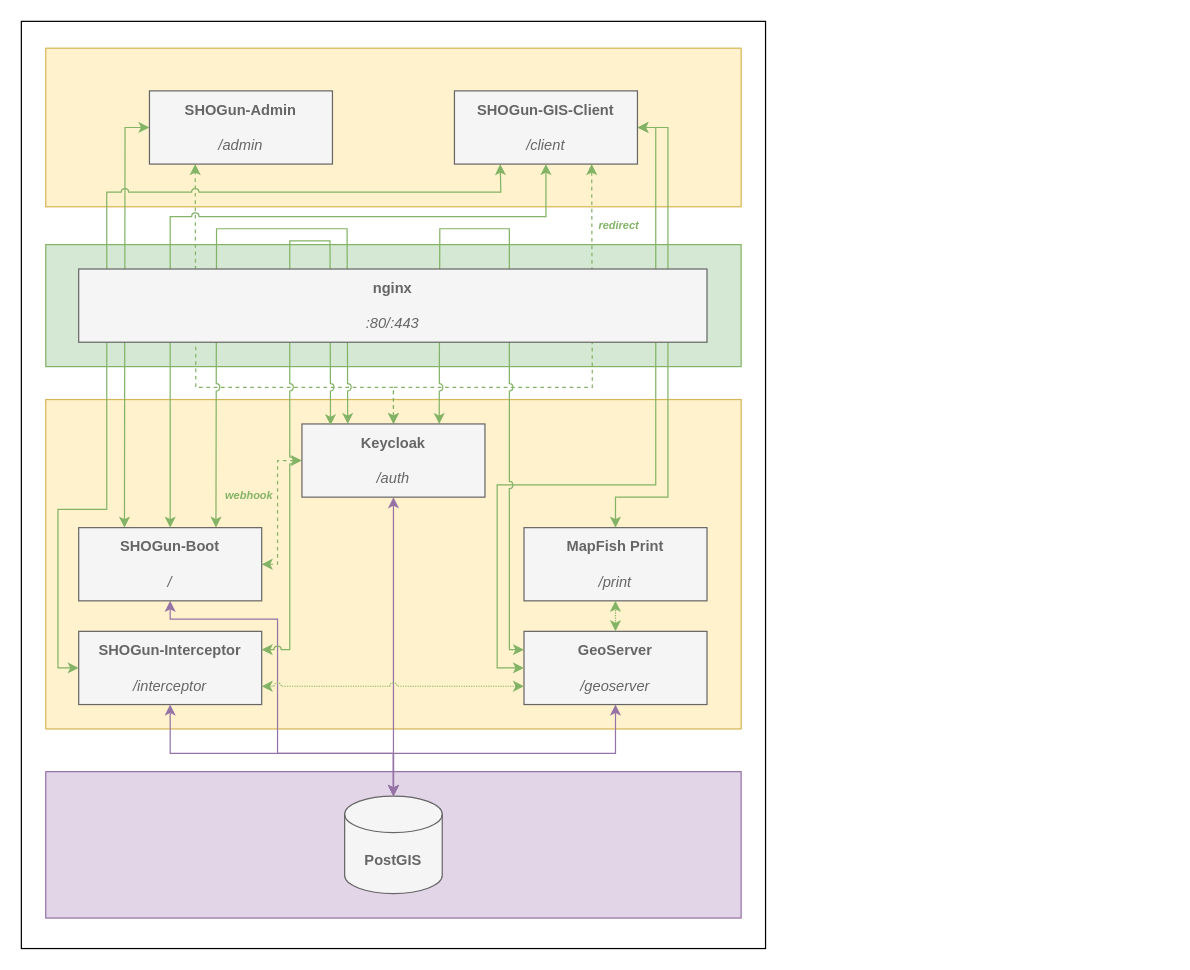
The draw.io diagram docs/components.drawio in terrestris/shogun-docker, before the edit. Source tidied: cells renumbered, new cells numbered last; positions are measured from the earlier drawing's top-left corner, leaving out a move shared by most shapes. Both pictures are drawn from the tidied source at 122%, with x=0, y=0 at pixel (21, 21).
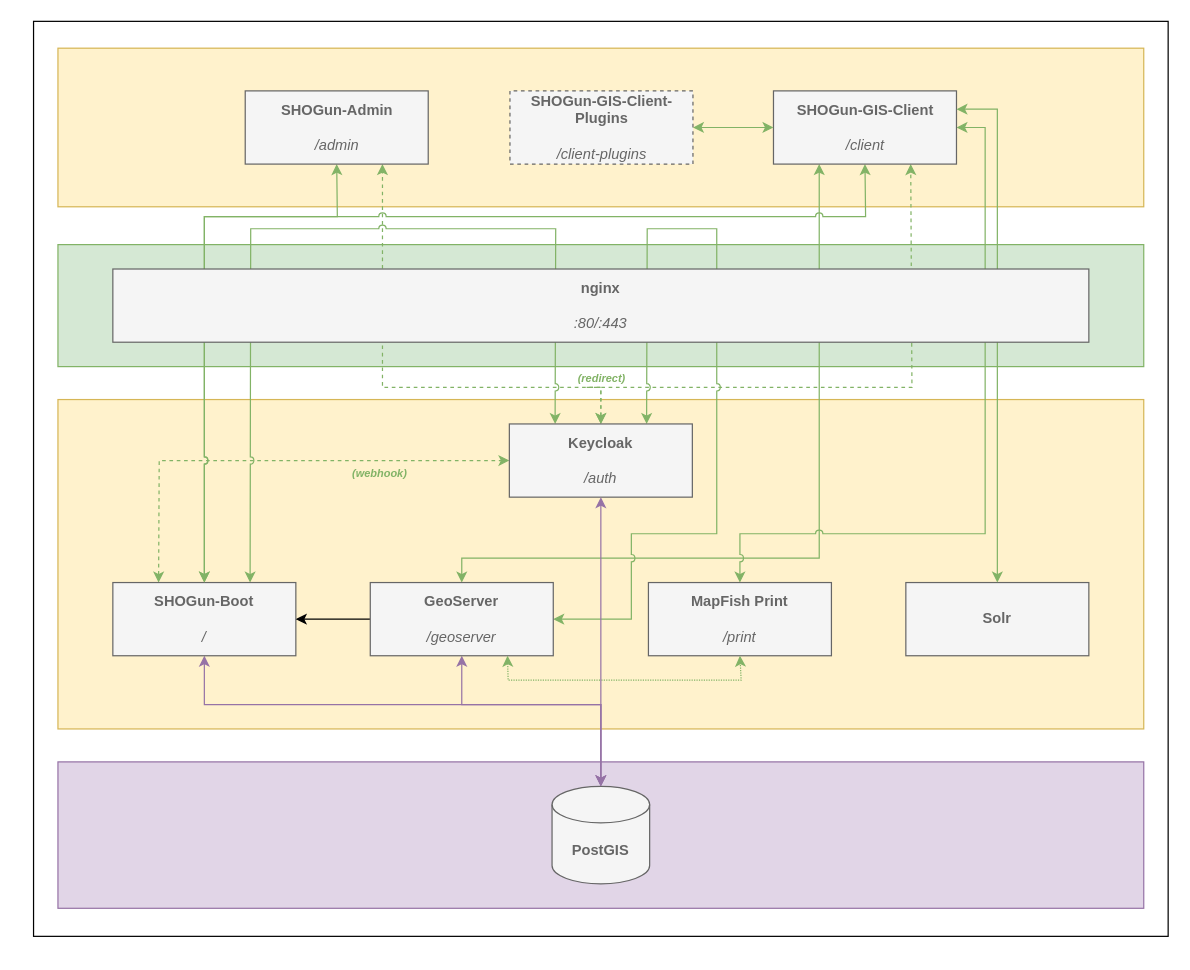
The same page after the edit.

Commit message (it also covers changes not shown here):
docs: update the architecture to include the example plugin and solr

Change to the diagram source:
```diff
@@
     <mxCell id="2" style="rounded=0;whiteSpace=wrap;html=1;" parent="1" vertex="1">
-      <mxGeometry width="610" height="760" as="geometry" />
+      <mxGeometry x="10" width="930" height="750" as="geometry" />
     </mxCell>
     <mxCell id="3" style="rounded=0;whiteSpace=wrap;html=1;fillColor=#e1d5e7;strokeColor=#9673a6;" parent="1" vertex="1">
-      <mxGeometry x="20" y="615" width="570" height="120" as="geometry" />
+      <mxGeometry x="30" y="607" width="890" height="120" as="geometry" />
     </mxCell>
     <mxCell id="4" value="&lt;font color=&quot;#666666&quot;&gt;&lt;b&gt;PostGIS&lt;/b&gt;&lt;/font&gt;" style="shape=cylinder3;whiteSpace=wrap;html=1;boundedLbl=1;backgroundOutline=1;size=15;fillColor=#f5f5f5;strokeColor=#666666;fontColor=#333333;" parent="1" vertex="1">
-      <mxGeometry x="265" y="635" width="80" height="80" as="geometry" />
+      <mxGeometry x="435" y="627" width="80" height="80" as="geometry" />
     </mxCell>
     <mxCell id="5" style="rounded=0;whiteSpace=wrap;html=1;fillColor=#d5e8d4;strokeColor=#82b366;" parent="1" vertex="1">
-      <mxGeometry x="20" y="183" width="570" height="100" as="geometry" />
+      <mxGeometry x="30" y="183" width="890" height="100" as="geometry" />
     </mxCell>
     <mxCell id="6" style="rounded=0;whiteSpace=wrap;html=1;fillColor=#fff2cc;strokeColor=#d6b656;" parent="1" vertex="1">
-      <mxGeometry x="20" y="310" width="570" height="270" as="geometry" />
+      <mxGeometry x="30" y="310" width="890" height="270" as="geometry" />
     </mxCell>
-    <mxCell id="7" value="&lt;font color=&quot;#666666&quot;&gt;&lt;b&gt;GeoServer&lt;br&gt;&lt;/b&gt;&lt;br&gt;&lt;i&gt;/geoserver&lt;/i&gt;&lt;/font&gt;" style="rounded=0;whiteSpace=wrap;html=1;fillColor=#f5f5f5;fontColor=#333333;strokeColor=#666666;flipH=1;" parent="1" vertex="1">
-      <mxGeometry x="412" y="500" width="150" height="60" as="geometry" />
-    </mxCell>
-    <mxCell id="8" value="&lt;font color=&quot;#666666&quot;&gt;&lt;b&gt;SHOGun-Interceptor&lt;br&gt;&lt;/b&gt;&lt;br&gt;&lt;i&gt;/interceptor&lt;/i&gt;&lt;br&gt;&lt;/font&gt;" style="rounded=0;whiteSpace=wrap;html=1;fillColor=#f5f5f5;fontColor=#333333;strokeColor=#666666;flipH=1;" parent="1" vertex="1">
-      <mxGeometry x="47" y="500" width="150" height="60" as="geometry" />
-    </mxCell>
-    <mxCell id="9" style="endArrow=classic;startArrow=classic;html=1;rounded=0;fontColor=#666666;entryX=0.5;entryY=0;entryDx=0;entryDy=0;entryPerimeter=0;exitX=0.5;exitY=1;exitDx=0;exitDy=0;fillColor=#e1d5e7;strokeColor=#9673a6;" parent="1" edge="1" source="26" target="4">
-      <mxGeometry relative="1" as="geometry">
-        <Array as="points">
-          <mxPoint x="305" y="490" />
-          <mxPoint x="305" y="600" />
-        </Array>
-      </mxGeometry>
-    </mxCell>
     <mxCell id="10" style="endArrow=classic;startArrow=classic;html=1;rounded=0;fontColor=#666666;entryX=0.5;entryY=0;entryDx=0;entryDy=0;entryPerimeter=0;exitX=0.5;exitY=1;exitDx=0;exitDy=0;fillColor=#e1d5e7;strokeColor=#9673a6;" parent="1" edge="1" source="29" target="4">
       <mxGeometry relative="1" as="geometry">
         <Array as="points">
-          <mxPoint x="122" y="490" />
-          <mxPoint x="210" y="490" />
-          <mxPoint x="210" y="600" />
-          <mxPoint x="305" y="600" />
+          <mxPoint x="150" y="560" />
+          <mxPoint x="370" y="560" />
+          <mxPoint x="475" y="560" />
         </Array>
       </mxGeometry>
     </mxCell>
-    <mxCell id="11" style="endArrow=classic;startArrow=classic;html=1;rounded=0;fontColor=#666666;entryX=0.5;entryY=0;entryDx=0;entryDy=0;entryPerimeter=0;exitX=0.5;exitY=1;exitDx=0;exitDy=0;fillColor=#e1d5e7;strokeColor=#9673a6;" parent="1" edge="1" source="8" target="4">
-      <mxGeometry relative="1" as="geometry">
-        <Array as="points">
-          <mxPoint x="122" y="600" />
-          <mxPoint x="305" y="600" />
-        </Array>
-      </mxGeometry>
-    </mxCell>
     <mxCell id="12" style="endArrow=classic;startArrow=classic;html=1;rounded=0;fontColor=#666666;entryX=0.5;entryY=0;entryDx=0;entryDy=0;entryPerimeter=0;exitX=0.5;exitY=1;exitDx=0;exitDy=0;fillColor=#e1d5e7;strokeColor=#9673a6;" parent="1" edge="1" source="7" target="4">
       <mxGeometry relative="1" as="geometry">
         <Array as="points">
-          <mxPoint x="487" y="600" />
-          <mxPoint x="305" y="600" />
+          <mxPoint x="361" y="560" />
+          <mxPoint x="475" y="560" />
         </Array>
       </mxGeometry>
     </mxCell>
     <mxCell id="13" style="rounded=0;whiteSpace=wrap;html=1;fillColor=#fff2cc;strokeColor=#d6b656;" parent="1" vertex="1">
-      <mxGeometry x="20" y="22" width="570" height="130" as="geometry" />
+      <mxGeometry x="30" y="22" width="890" height="130" as="geometry" />
     </mxCell>
-    <mxCell id="14" style="endArrow=classic;startArrow=classic;html=1;rounded=0;fontColor=#666666;entryX=0;entryY=0.5;entryDx=0;entryDy=0;exitX=0.25;exitY=0;exitDx=0;exitDy=0;fillColor=#d5e8d4;strokeColor=#82b366;" parent="1" edge="1" source="29" target="31">
-      <mxGeometry relative="1" as="geometry">
-        <Array as="points">
-          <mxPoint x="85" y="87" />
-        </Array>
-      </mxGeometry>
-    </mxCell>
-    <mxCell id="15" style="endArrow=classic;startArrow=classic;html=1;rounded=0;fontColor=#666666;entryX=1;entryY=0.5;entryDx=0;entryDy=0;exitX=0;exitY=0.5;exitDx=0;exitDy=0;fillColor=#d5e8d4;strokeColor=#82b366;jumpStyle=arc;" parent="1" edge="1" source="7" target="32">
+    <mxCell id="15" style="endArrow=classic;startArrow=classic;html=1;rounded=0;fontColor=#666666;entryX=0.25;entryY=1;entryDx=0;entryDy=0;exitX=0.5;exitY=0;exitDx=0;exitDy=0;fillColor=#d5e8d4;strokeColor=#82b366;jumpStyle=arc;" parent="1" edge="1" source="7" target="32">
       <mxGeometry relative="1" as="geometry">
         <Array as="points">
-          <mxPoint x="390" y="530" />
-          <mxPoint x="390" y="380" />
-          <mxPoint x="520" y="380" />
-          <mxPoint x="520" y="250" />
-          <mxPoint x="520" y="210" />
-          <mxPoint x="520" y="87" />
+          <mxPoint x="361" y="440" />
+          <mxPoint x="510" y="440" />
+          <mxPoint x="654" y="440" />
+          <mxPoint x="654" y="360" />
         </Array>
       </mxGeometry>
     </mxCell>
+    <mxCell id="19" style="endArrow=classic;startArrow=classic;html=1;rounded=0;exitX=0.25;exitY=0;exitDx=0;exitDy=0;entryX=0;entryY=0.5;entryDx=0;entryDy=0;fillColor=#d5e8d4;strokeColor=#82b366;dashed=1;jumpStyle=none;" parent="1" edge="1" source="29" target="26">
+      <mxGeometry relative="1" as="geometry">
+        <Array as="points">
+          <mxPoint x="113" y="360" />
+          <mxPoint x="210" y="360" />
+        </Array>
+      </mxGeometry>
+    </mxCell>
     <mxCell id="16" style="endArrow=classic;startArrow=classic;html=1;rounded=0;fontColor=#666666;entryX=0.75;entryY=1;entryDx=0;entryDy=0;exitX=0.5;exitY=0;exitDx=0;exitDy=0;fillColor=#d5e8d4;strokeColor=#82b366;dashed=1;" parent="1" edge="1" source="26" target="32">
       <mxGeometry relative="1" as="geometry">
         <Array as="points">
-          <mxPoint x="305" y="300" />
-          <mxPoint x="468" y="300" />
+          <mxPoint x="475" y="300" />
+          <mxPoint x="463" y="300" />
+          <mxPoint x="730" y="300" />
         </Array>
       </mxGeometry>
     </mxCell>
-    <mxCell id="17" style="endArrow=classic;startArrow=classic;html=1;rounded=0;dashed=1;fontColor=#666666;entryX=0.25;entryY=1;entryDx=0;entryDy=0;exitX=0.5;exitY=0;exitDx=0;exitDy=0;fillColor=#d5e8d4;strokeColor=#82b366;" parent="1" edge="1" source="26" target="31">
+    <mxCell id="17" style="endArrow=classic;startArrow=classic;html=1;rounded=0;dashed=1;fontColor=#666666;entryX=0.75;entryY=1;entryDx=0;entryDy=0;exitX=0.5;exitY=0;exitDx=0;exitDy=0;fillColor=#d5e8d4;strokeColor=#82b366;" parent="1" edge="1" source="26" target="31">
       <mxGeometry relative="1" as="geometry">
         <Array as="points">
-          <mxPoint x="305" y="300" />
-          <mxPoint x="143" y="300" />
+          <mxPoint x="475" y="300" />
+          <mxPoint x="296" y="300" />
+          <mxPoint x="296" y="150" />
         </Array>
       </mxGeometry>
     </mxCell>
-    <mxCell id="18" value="&lt;font color=&quot;#666666&quot;&gt;&lt;b&gt;MapFish Print&lt;/b&gt;&lt;br&gt;&lt;br&gt;&lt;i&gt;/print&lt;/i&gt;&lt;/font&gt;" style="rounded=0;whiteSpace=wrap;html=1;fillColor=#f5f5f5;fontColor=#333333;strokeColor=#666666;flipH=1;" parent="1" vertex="1">
-      <mxGeometry x="412" y="415" width="150" height="60" as="geometry" />
-    </mxCell>
-    <mxCell id="19" style="endArrow=classic;startArrow=classic;html=1;rounded=0;exitX=1;exitY=0.5;exitDx=0;exitDy=0;entryX=0;entryY=0.5;entryDx=0;entryDy=0;fillColor=#d5e8d4;strokeColor=#82b366;dashed=1;jumpStyle=arc;" parent="1" edge="1" source="29" target="26">
-      <mxGeometry relative="1" as="geometry">
-        <Array as="points">
-          <mxPoint x="210" y="445" />
-          <mxPoint x="210" y="360" />
-        </Array>
-      </mxGeometry>
-    </mxCell>
-    <mxCell id="20" style="endArrow=classic;startArrow=classic;html=1;rounded=0;exitX=0.5;exitY=0;exitDx=0;exitDy=0;entryX=0.5;entryY=1;entryDx=0;entryDy=0;fillColor=#d5e8d4;strokeColor=#82b366;dashed=1;dashPattern=1 1;" parent="1" edge="1" source="7" target="18">
-      <mxGeometry relative="1" as="geometry" />
-    </mxCell>
     <mxCell id="21" style="endArrow=classic;startArrow=classic;html=1;rounded=0;fontColor=#666666;exitX=0.5;exitY=0;exitDx=0;exitDy=0;fillColor=#d5e8d4;strokeColor=#82b366;entryX=1;entryY=0.5;entryDx=0;entryDy=0;jumpStyle=arc;" parent="1" edge="1" source="18" target="32">
       <mxGeometry relative="1" as="geometry">
         <Array as="points">
-          <mxPoint x="487" y="390" />
-          <mxPoint x="530" y="390" />
-          <mxPoint x="530" y="87" />
+          <mxPoint x="589" y="420" />
+          <mxPoint x="790" y="420" />
+          <mxPoint x="790" y="170" />
+          <mxPoint x="790" y="87" />
         </Array>
       </mxGeometry>
     </mxCell>
-    <mxCell id="22" value="&lt;i&gt;&lt;font size=&quot;1&quot; color=&quot;#82b366&quot;&gt;&lt;b style=&quot;font-size: 9px&quot;&gt;redirect&lt;/b&gt;&lt;/font&gt;&lt;/i&gt;" style="text;html=1;strokeColor=none;fillColor=none;align=center;verticalAlign=middle;whiteSpace=wrap;rounded=0;" parent="1" vertex="1">
-      <mxGeometry x="460" y="152" width="60" height="30" as="geometry" />
-    </mxCell>
     <mxCell id="23" style="endArrow=classic;startArrow=classic;html=1;rounded=0;fontColor=#666666;exitX=0.75;exitY=0;exitDx=0;exitDy=0;fillColor=#d5e8d4;strokeColor=#82b366;entryX=0.25;entryY=0;entryDx=0;entryDy=0;jumpStyle=arc;" parent="1" edge="1" source="29" target="26">
       <mxGeometry relative="1" as="geometry">
         <Array as="points">
-          <mxPoint x="160" y="170" />
-          <mxPoint x="267" y="170" />
+          <mxPoint x="188" y="170" />
+          <mxPoint x="438" y="170" />
         </Array>
       </mxGeometry>
     </mxCell>
-    <mxCell id="24" style="endArrow=classic;startArrow=classic;html=1;rounded=0;fontSize=8;fontColor=#82B366;entryX=0;entryY=0.25;entryDx=0;entryDy=0;exitX=0.75;exitY=0;exitDx=0;exitDy=0;fillColor=#d5e8d4;strokeColor=#82b366;jumpStyle=arc;" parent="1" edge="1" source="26" target="7">
+    <mxCell id="24" style="endArrow=classic;startArrow=classic;html=1;rounded=0;fontSize=8;fontColor=#82B366;entryX=1;entryY=0.5;entryDx=0;entryDy=0;exitX=0.75;exitY=0;exitDx=0;exitDy=0;fillColor=#d5e8d4;strokeColor=#82b366;jumpStyle=arc;" parent="1" edge="1" source="26" target="7">
       <mxGeometry relative="1" as="geometry">
         <Array as="points">
-          <mxPoint x="343" y="170" />
-          <mxPoint x="400" y="170" />
-          <mxPoint x="400" y="515" />
+          <mxPoint x="513" y="170" />
+          <mxPoint x="570" y="170" />
+          <mxPoint x="570" y="420" />
+          <mxPoint x="500" y="420" />
+          <mxPoint x="500" y="490" />
         </Array>
       </mxGeometry>
     </mxCell>
-    <mxCell id="25" style="endArrow=classic;startArrow=classic;html=1;rounded=0;fontSize=8;fontColor=#82B366;entryX=0;entryY=0.5;entryDx=0;entryDy=0;exitX=0.25;exitY=1;exitDx=0;exitDy=0;fillColor=#d5e8d4;strokeColor=#82b366;jumpStyle=arc;" parent="1" edge="1" source="32" target="8">
-      <mxGeometry relative="1" as="geometry">
-        <Array as="points">
-          <mxPoint x="393" y="140" />
-          <mxPoint x="70" y="140" />
-          <mxPoint x="70" y="400" />
-          <mxPoint x="30" y="400" />
-          <mxPoint x="30" y="530" />
-        </Array>
-      </mxGeometry>
-    </mxCell>
     <mxCell id="26" value="&lt;font color=&quot;#666666&quot;&gt;&lt;b&gt;Keycloak&lt;/b&gt;&lt;br&gt;&lt;br&gt;&lt;i&gt;/auth&lt;/i&gt;&lt;/font&gt;" style="rounded=0;whiteSpace=wrap;html=1;fillColor=#f5f5f5;fontColor=#333333;strokeColor=#666666;flipH=1;" parent="1" vertex="1">
-      <mxGeometry x="230" y="330" width="150" height="60" as="geometry" />
+      <mxGeometry x="400" y="330" width="150" height="60" as="geometry" />
     </mxCell>
-    <mxCell id="27" value="&lt;i&gt;&lt;font color=&quot;#82b366&quot; style=&quot;font-size: 9px ; line-height: 1.2&quot;&gt;&lt;b&gt;webhook&lt;br&gt;&lt;/b&gt;&lt;/font&gt;&lt;/i&gt;" style="text;html=1;strokeColor=none;fillColor=none;align=center;verticalAlign=middle;whiteSpace=wrap;rounded=0;" parent="1" vertex="1">
-      <mxGeometry x="157" y="373" width="60" height="30" as="geometry" />
+    <mxCell id="27" value="&lt;i&gt;&lt;font color=&quot;#82b366&quot; style=&quot;font-size: 9px ; line-height: 1.2&quot;&gt;&lt;b&gt;(webhook)&lt;/b&gt;&lt;/font&gt;&lt;/i&gt;" style="text;html=1;strokeColor=none;fillColor=none;align=center;verticalAlign=middle;whiteSpace=wrap;rounded=0;" parent="1" vertex="1">
+      <mxGeometry x="242" y="360" width="104" height="20" as="geometry" />
     </mxCell>
-    <mxCell id="28" style="endArrow=classic;startArrow=classic;html=1;rounded=0;fontColor=#666666;exitX=1;exitY=0.25;exitDx=0;exitDy=0;fillColor=#d5e8d4;strokeColor=#82b366;entryX=0.844;entryY=0.017;entryDx=0;entryDy=0;jumpStyle=arc;entryPerimeter=0;" parent="1" edge="1" source="8" target="26">
-      <mxGeometry relative="1" as="geometry">
-        <Array as="points">
-          <mxPoint x="220" y="515" />
-          <mxPoint x="220" y="180" />
-          <mxPoint x="253" y="180" />
-        </Array>
-      </mxGeometry>
-    </mxCell>
-    <mxCell id="29" value="&lt;font color=&quot;#666666&quot;&gt;&lt;b&gt;SHOGun-Boot&lt;/b&gt;&lt;br&gt;&lt;br&gt;&lt;i&gt;/&lt;/i&gt;&lt;/font&gt;" style="rounded=0;whiteSpace=wrap;html=1;fillColor=#f5f5f5;fontColor=#333333;strokeColor=#666666;flipH=1;" parent="1" vertex="1">
-      <mxGeometry x="47" y="415" width="150" height="60" as="geometry" />
+    <mxCell id="29" value="&lt;font color=&quot;#666666&quot;&gt;&lt;b&gt;SHOGun-Boot&lt;/b&gt;&lt;br&gt;&lt;br&gt;&lt;i&gt;/&lt;/i&gt;&lt;/font&gt;" style="rounded=0;whiteSpace=wrap;html=1;fillColor=#f5f5f5;fontColor=#333333;strokeColor=#666666;flipH=0;" parent="1" vertex="1">
+      <mxGeometry x="75" y="460" width="150" height="60" as="geometry" />
     </mxCell>
-    <mxCell id="30" style="group;" parent="1" vertex="1">
-      <mxGeometry x="105" y="57" width="400" height="60" as="geometry" />
-    </mxCell>
+    <mxCell id="36" style="edgeStyle=none;html=1;" parent="1" edge="1" source="7" target="29">
+      <mxGeometry relative="1" as="geometry" />
+    </mxCell>
+    <mxCell id="7" value="&lt;font color=&quot;#666666&quot;&gt;&lt;b&gt;GeoServer&lt;br&gt;&lt;/b&gt;&lt;br&gt;&lt;i&gt;/geoserver&lt;/i&gt;&lt;/font&gt;" style="rounded=0;whiteSpace=wrap;html=1;fillColor=#f5f5f5;fontColor=#333333;strokeColor=#666666;flipH=0;" parent="1" vertex="1">
+      <mxGeometry x="286" y="460" width="150" height="60" as="geometry" />
+    </mxCell>
+    <mxCell id="18" value="&lt;font color=&quot;#666666&quot;&gt;&lt;b&gt;MapFish Print&lt;/b&gt;&lt;br&gt;&lt;br&gt;&lt;i&gt;/print&lt;/i&gt;&lt;/font&gt;" style="rounded=0;whiteSpace=wrap;html=1;fillColor=#f5f5f5;fontColor=#333333;strokeColor=#666666;flipH=0;" parent="1" vertex="1">
+      <mxGeometry x="514" y="460" width="150" height="60" as="geometry" />
+    </mxCell>
+    <mxCell id="20" style="endArrow=classic;startArrow=classic;html=1;rounded=0;exitX=0.75;exitY=1;exitDx=0;exitDy=0;entryX=0.5;entryY=1;entryDx=0;entryDy=0;fillColor=#d5e8d4;strokeColor=#82b366;jumpStyle=arc;dashed=1;dashPattern=1 1;" parent="1" edge="1" source="7" target="18">
+      <mxGeometry relative="1" as="geometry">
+        <Array as="points">
+          <mxPoint x="399" y="540" />
+          <mxPoint x="590" y="540" />
+        </Array>
+      </mxGeometry>
+    </mxCell>
+    <mxCell id="37" value="&lt;i&gt;&lt;font size=&quot;1&quot; color=&quot;#82b366&quot;&gt;&lt;b style=&quot;font-size: 9px&quot;&gt;(redirect)&lt;/b&gt;&lt;/font&gt;&lt;/i&gt;" style="text;html=1;strokeColor=none;fillColor=none;align=center;verticalAlign=middle;whiteSpace=wrap;rounded=0;" parent="1" vertex="1">
+      <mxGeometry x="451" y="286" width="50" height="12" as="geometry" />
+    </mxCell>
+    <mxCell id="34" style="endArrow=classic;startArrow=classic;html=1;rounded=0;fontColor=#666666;exitX=0.5;exitY=0;exitDx=0;exitDy=0;fillColor=#d5e8d4;strokeColor=#82b366;jumpStyle=arc;entryX=0.5;entryY=1;entryDx=0;entryDy=0;" parent="1" edge="1" source="29" target="32">
+      <mxGeometry relative="1" as="geometry">
+        <Array as="points">
+          <mxPoint x="150" y="160" />
+          <mxPoint x="425" y="160" />
+          <mxPoint x="692" y="160" />
+        </Array>
+      </mxGeometry>
+    </mxCell>
+    <mxCell id="14" style="endArrow=classic;startArrow=classic;html=1;rounded=0;fontColor=#666666;entryX=0.5;entryY=1;entryDx=0;entryDy=0;exitX=0.5;exitY=0;exitDx=0;exitDy=0;fillColor=#d5e8d4;strokeColor=#82b366;jumpStyle=arc;" parent="1" edge="1" source="29" target="31">
+      <mxGeometry relative="1" as="geometry">
+        <Array as="points">
+          <mxPoint x="150" y="160" />
+          <mxPoint x="259" y="160" />
+        </Array>
+      </mxGeometry>
+    </mxCell>
+    <mxCell id="38" value="&lt;font color=&quot;#666666&quot;&gt;&lt;b&gt;Solr&lt;/b&gt;&lt;br&gt;&lt;/font&gt;" style="rounded=0;whiteSpace=wrap;html=1;fillColor=#f5f5f5;fontColor=#333333;strokeColor=#666666;flipH=0;" parent="1" vertex="1">
+      <mxGeometry x="725" y="460" width="150" height="60" as="geometry" />
+    </mxCell>
+    <mxCell id="9" style="endArrow=classic;startArrow=classic;html=1;rounded=0;fontColor=#666666;entryX=0.5;entryY=0;entryDx=0;entryDy=0;entryPerimeter=0;exitX=0.5;exitY=1;exitDx=0;exitDy=0;fillColor=#e1d5e7;strokeColor=#9673a6;" parent="1" edge="1" source="26" target="4">
+      <mxGeometry relative="1" as="geometry" />
+    </mxCell>
+    <mxCell id="39" style="group;" parent="1" vertex="1">
+      <mxGeometry x="183.5" y="57" width="583" height="60" as="geometry" />
+    </mxCell>
-    <mxCell id="31" value="&lt;font color=&quot;#666666&quot;&gt;&lt;b&gt;SHOGun-Admin&lt;/b&gt;&lt;br&gt;&lt;br&gt;&lt;i&gt;/admin&lt;/i&gt;&lt;/font&gt;" style="rounded=0;whiteSpace=wrap;html=1;fillColor=#f5f5f5;fontColor=#333333;strokeColor=#666666;flipH=1;" parent="30" vertex="1">
+    <mxCell id="31" value="&lt;font color=&quot;#666666&quot;&gt;&lt;b&gt;SHOGun-Admin&lt;/b&gt;&lt;br&gt;&lt;br&gt;&lt;i&gt;/admin&lt;/i&gt;&lt;/font&gt;" style="rounded=0;whiteSpace=wrap;html=1;fillColor=#f5f5f5;fontColor=#333333;strokeColor=#666666;flipH=1;" parent="39" vertex="1">
       <mxGeometry width="150" height="60" as="geometry" />
     </mxCell>
-    <mxCell id="32" value="&lt;font color=&quot;#666666&quot;&gt;&lt;b&gt;SHOGun-GIS-Client&lt;br&gt;&lt;/b&gt;&lt;br&gt;&lt;i&gt;/client&lt;/i&gt;&lt;/font&gt;" style="rounded=0;whiteSpace=wrap;html=1;fillColor=#f5f5f5;fontColor=#333333;strokeColor=#666666;flipH=1;" parent="30" vertex="1">
-      <mxGeometry x="250" width="150" height="60" as="geometry" />
+    <mxCell id="32" value="&lt;font color=&quot;#666666&quot;&gt;&lt;b&gt;SHOGun-GIS-Client&lt;br&gt;&lt;/b&gt;&lt;br&gt;&lt;i&gt;/client&lt;/i&gt;&lt;/font&gt;" style="rounded=0;whiteSpace=wrap;html=1;fillColor=#f5f5f5;fontColor=#333333;strokeColor=#666666;flipH=1;" parent="39" vertex="1">
+      <mxGeometry x="433" width="150" height="60" as="geometry" />
     </mxCell>
-    <mxCell id="33" style="endArrow=classic;startArrow=classic;html=1;rounded=0;exitX=0;exitY=0.75;exitDx=0;exitDy=0;entryX=1;entryY=0.75;entryDx=0;entryDy=0;fillColor=#d5e8d4;strokeColor=#82b366;dashed=1;dashPattern=1 1;jumpStyle=arc;" parent="1" edge="1" source="7" target="8">
-      <mxGeometry relative="1" as="geometry" />
-    </mxCell>
-    <mxCell id="34" style="endArrow=classic;startArrow=classic;html=1;rounded=0;fontColor=#666666;entryX=0.5;entryY=1;entryDx=0;entryDy=0;exitX=0.5;exitY=0;exitDx=0;exitDy=0;fillColor=#d5e8d4;strokeColor=#82b366;jumpStyle=arc;" parent="1" edge="1" source="29" target="32">
-      <mxGeometry relative="1" as="geometry">
-        <Array as="points">
-          <mxPoint x="122" y="160" />
-          <mxPoint x="430" y="160" />
-        </Array>
-      </mxGeometry>
-    </mxCell>
+    <mxCell id="30" value="&lt;font color=&quot;#666666&quot;&gt;&lt;b&gt;SHOGun-GIS-Client-Plugins&lt;br&gt;&lt;/b&gt;&lt;br&gt;&lt;i&gt;/client-plugins&lt;/i&gt;&lt;/font&gt;" style="rounded=0;whiteSpace=wrap;html=1;fillColor=#f5f5f5;fontColor=#333333;strokeColor=#666666;flipH=1;dashed=1;" parent="39" vertex="1">
+      <mxGeometry x="217" width="150" height="60" as="geometry" />
+    </mxCell>
+    <mxCell id="40" style="endArrow=classic;startArrow=classic;html=1;entryX=1;entryY=0.5;entryDx=0;entryDy=0;exitX=0;exitY=0.5;exitDx=0;exitDy=0;fillColor=#60a917;strokeColor=#82B366;" parent="39" edge="1" source="32" target="30">
+      <mxGeometry relative="1" as="geometry" />
+    </mxCell>
+    <mxCell id="41" style="endArrow=classic;startArrow=classic;html=1;rounded=0;fontColor=#666666;exitX=0.5;exitY=0;exitDx=0;exitDy=0;fillColor=#d5e8d4;strokeColor=#82b366;jumpStyle=arc;entryX=1;entryY=0.25;entryDx=0;entryDy=0;" parent="1" edge="1" source="38" target="32">
+      <mxGeometry relative="1" as="geometry">
+        <Array as="points">
+          <mxPoint x="800" y="430" />
+          <mxPoint x="800" y="180" />
+          <mxPoint x="800" y="72" />
+        </Array>
+      </mxGeometry>
+    </mxCell>
     <mxCell id="35" value="&lt;font color=&quot;#666666&quot;&gt;&lt;b&gt;nginx&lt;/b&gt;&lt;br&gt;&lt;br&gt;&lt;i&gt;:80/:443&lt;/i&gt;&lt;/font&gt;" style="rounded=0;whiteSpace=wrap;html=1;fillColor=#f5f5f5;fontColor=#333333;strokeColor=#666666;" parent="1" vertex="1">
-      <mxGeometry x="47" y="203" width="515" height="60" as="geometry" />
+      <mxGeometry x="75" y="203" width="800" height="60" as="geometry" />
     </mxCell>
```
